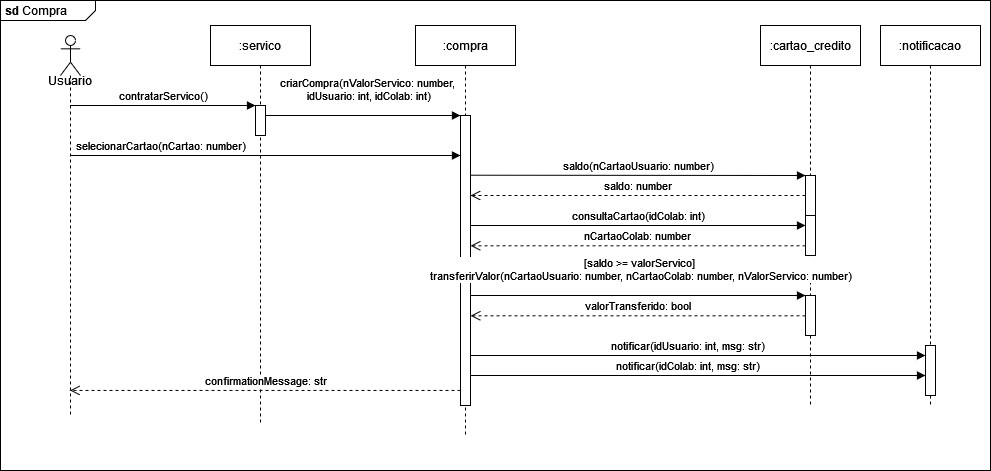
This is assets/diagrama_sequencia_compra.png from JeanArgoud/lancelivre, a draw.io export, as it was before one commit. Source tidied: cells renumbered, new cells last; positions are measured from the earlier drawing's top-left corner, leaving out a move shared by most shapes.
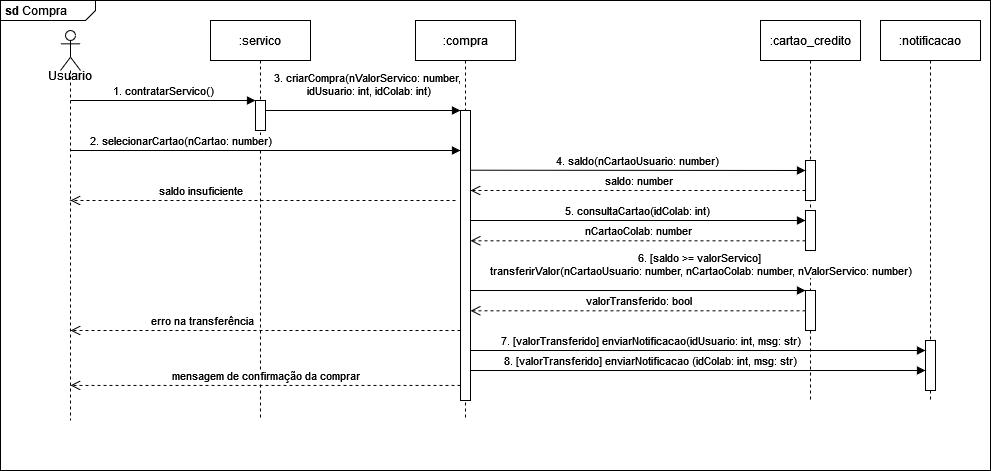
Later version of the same file.

Change to the diagram source:
```diff
@@ -3,7 +3,7 @@
     <mxCell id="0" />
     <mxCell id="1" parent="0" />
     <mxCell id="2" value="&lt;p style=&quot;margin:0px;margin-top:4px;margin-left:5px;text-align:left;&quot;&gt;&lt;b&gt;sd&lt;/b&gt; Compra&lt;br&gt;&lt;/p&gt;" style="html=1;shape=mxgraph.sysml.package;overflow=fill;labelX=95;align=left;spacingLeft=5;verticalAlign=top;spacingTop=-3;" parent="1" vertex="1">
-      <mxGeometry width="990" height="470" as="geometry" />
+      <mxGeometry y="5" width="990" height="470" as="geometry" />
     </mxCell>
     <mxCell id="3" value=":servico" style="shape=umlLifeline;perimeter=lifelinePerimeter;whiteSpace=wrap;html=1;newEdgeStyle={&quot;edgeStyle&quot;:&quot;elbowEdgeStyle&quot;,&quot;elbow&quot;:&quot;vertical&quot;,&quot;curved&quot;:0,&quot;rounded&quot;:0};" parent="1" vertex="1">
       <mxGeometry x="210" y="25" width="100" height="400" as="geometry" />
@@ -11,7 +11,7 @@
     <mxCell id="4" style="html=1;points=[];perimeter=orthogonalPerimeter;outlineConnect=0;targetShapes=umlLifeline;portConstraint=eastwest;newEdgeStyle={&quot;edgeStyle&quot;:&quot;elbowEdgeStyle&quot;,&quot;elbow&quot;:&quot;vertical&quot;,&quot;curved&quot;:0,&quot;rounded&quot;:0};" parent="3" vertex="1">
       <mxGeometry x="45" y="80" width="10" height="30" as="geometry" />
     </mxCell>
-    <mxCell id="5" value="&lt;div&gt;contratarServico()&lt;/div&gt;" style="html=1;verticalAlign=bottom;endArrow=block;edgeStyle=elbowEdgeStyle;elbow=vertical;curved=0;rounded=0;" parent="1" edge="1" source="25" target="4">
+    <mxCell id="5" value="&lt;div&gt;1. contratarServico()&lt;/div&gt;" style="html=1;verticalAlign=bottom;endArrow=block;edgeStyle=elbowEdgeStyle;elbow=vertical;curved=0;rounded=0;" parent="1" edge="1" source="25" target="4">
       <mxGeometry relative="1" as="geometry">
         <Array as="points">
           <mxPoint x="170" y="105" />
@@ -19,12 +19,12 @@
       </mxGeometry>
     </mxCell>
     <mxCell id="6" value="&lt;div&gt;:compra&lt;/div&gt;" style="shape=umlLifeline;perimeter=lifelinePerimeter;whiteSpace=wrap;html=1;newEdgeStyle={&quot;edgeStyle&quot;:&quot;elbowEdgeStyle&quot;,&quot;elbow&quot;:&quot;vertical&quot;,&quot;curved&quot;:0,&quot;rounded&quot;:0};" parent="1" vertex="1">
-      <mxGeometry x="415" y="25" width="100" height="410" as="geometry" />
+      <mxGeometry x="415" y="25" width="100" height="400" as="geometry" />
     </mxCell>
     <mxCell id="7" style="html=1;points=[];perimeter=orthogonalPerimeter;outlineConnect=0;targetShapes=umlLifeline;portConstraint=eastwest;newEdgeStyle={&quot;edgeStyle&quot;:&quot;elbowEdgeStyle&quot;,&quot;elbow&quot;:&quot;vertical&quot;,&quot;curved&quot;:0,&quot;rounded&quot;:0};" parent="6" vertex="1">
       <mxGeometry x="45" y="90" width="10" height="290" as="geometry" />
     </mxCell>
-    <mxCell id="8" value="&lt;div&gt;criarCompra(nValorServico: number,&amp;nbsp;&lt;/div&gt;&lt;div&gt;idUsuario: int, idColab: int)&lt;/div&gt;" style="html=1;verticalAlign=bottom;endArrow=block;edgeStyle=elbowEdgeStyle;elbow=vertical;curved=0;rounded=0;" parent="1" edge="1" source="4" target="7">
+    <mxCell id="8" value="&lt;div&gt;3. criarCompra(nValorServico: number,&amp;nbsp;&lt;/div&gt;&lt;div&gt;idUsuario: int, idColab: int)&lt;/div&gt;" style="html=1;verticalAlign=bottom;endArrow=block;edgeStyle=elbowEdgeStyle;elbow=vertical;curved=0;rounded=0;" parent="1" edge="1" source="4" target="7">
       <mxGeometry x="0.06" y="10" relative="1" as="geometry">
         <Array as="points">
           <mxPoint x="355" y="115" />
@@ -35,12 +35,12 @@
       <mxGeometry x="760" y="25" width="100" height="380" as="geometry" />
     </mxCell>
     <mxCell id="10" style="html=1;points=[];perimeter=orthogonalPerimeter;outlineConnect=0;targetShapes=umlLifeline;portConstraint=eastwest;newEdgeStyle={&quot;edgeStyle&quot;:&quot;elbowEdgeStyle&quot;,&quot;elbow&quot;:&quot;vertical&quot;,&quot;curved&quot;:0,&quot;rounded&quot;:0};" parent="9" vertex="1">
-      <mxGeometry x="45" y="150" width="10" height="40" as="geometry" />
+      <mxGeometry x="45" y="140" width="10" height="40" as="geometry" />
     </mxCell>
     <mxCell id="11" style="html=1;points=[];perimeter=orthogonalPerimeter;outlineConnect=0;targetShapes=umlLifeline;portConstraint=eastwest;newEdgeStyle={&quot;edgeStyle&quot;:&quot;elbowEdgeStyle&quot;,&quot;elbow&quot;:&quot;vertical&quot;,&quot;curved&quot;:0,&quot;rounded&quot;:0};" parent="9" vertex="1">
       <mxGeometry x="45" y="270" width="10" height="40" as="geometry" />
     </mxCell>
-    <mxCell id="12" value="saldo(nCartaoUsuario: number)" style="html=1;verticalAlign=bottom;endArrow=block;edgeStyle=elbowEdgeStyle;elbow=vertical;curved=0;rounded=0;" parent="1" edge="1" target="10">
+    <mxCell id="12" value="4. saldo(nCartaoUsuario: number)" style="html=1;verticalAlign=bottom;endArrow=block;edgeStyle=elbowEdgeStyle;elbow=vertical;curved=0;rounded=0;" parent="1" edge="1" target="10">
       <mxGeometry relative="1" as="geometry">
         <mxPoint x="470" y="174.7" as="sourcePoint" />
         <Array as="points">
@@ -53,8 +53,8 @@
         <mxPoint x="470" y="195" as="targetPoint" />
       </mxGeometry>
     </mxCell>
-    <mxCell id="14" value="&lt;div&gt;[saldo &amp;gt;= valorServico]&amp;nbsp;&lt;/div&gt;&lt;div&gt;transferirValor(nCartaoUsuario: number, nCartaoColab: number, nValorServico: number)&lt;/div&gt;" style="html=1;verticalAlign=bottom;endArrow=block;edgeStyle=elbowEdgeStyle;elbow=vertical;curved=0;rounded=0;" parent="1" edge="1">
-      <mxGeometry x="0.07" y="10" relative="1" as="geometry">
+    <mxCell id="14" value="&lt;div&gt;6. [saldo &amp;gt;= valorServico]&amp;nbsp;&lt;/div&gt;&lt;div&gt;transferirValor(nCartaoUsuario: number, nCartaoColab: number, nValorServico: number)&lt;/div&gt;" style="html=1;verticalAlign=bottom;endArrow=block;edgeStyle=elbowEdgeStyle;elbow=vertical;curved=0;rounded=0;" parent="1" edge="1">
+      <mxGeometry x="0.41" y="10" relative="1" as="geometry">
         <mxPoint x="470" y="275" as="sourcePoint" />
         <mxPoint x="805" y="295" as="targetPoint" />
         <Array as="points">
@@ -63,7 +63,7 @@
         </Array>
       </mxGeometry>
     </mxCell>
-    <mxCell id="15" value="consultaCartao(idColab: int)" style="html=1;verticalAlign=bottom;endArrow=block;edgeStyle=elbowEdgeStyle;elbow=vertical;curved=0;rounded=0;" parent="1" edge="1" target="23">
+    <mxCell id="15" value="5. consultaCartao(idColab: int)" style="html=1;verticalAlign=bottom;endArrow=block;edgeStyle=elbowEdgeStyle;elbow=vertical;curved=0;rounded=0;" parent="1" edge="1" target="23">
       <mxGeometry relative="1" as="geometry">
         <mxPoint x="470" y="225" as="sourcePoint" />
         <Array as="points">
@@ -87,8 +87,8 @@
     <mxCell id="19" style="html=1;points=[];perimeter=orthogonalPerimeter;outlineConnect=0;targetShapes=umlLifeline;portConstraint=eastwest;newEdgeStyle={&quot;edgeStyle&quot;:&quot;elbowEdgeStyle&quot;,&quot;elbow&quot;:&quot;vertical&quot;,&quot;curved&quot;:0,&quot;rounded&quot;:0};" parent="18" vertex="1">
       <mxGeometry x="45" y="320" width="10" height="50" as="geometry" />
     </mxCell>
-    <mxCell id="20" value="&lt;div&gt;notificar(idUsuario: int, msg: str)&lt;br&gt;&lt;/div&gt;" style="html=1;verticalAlign=bottom;endArrow=block;edgeStyle=elbowEdgeStyle;elbow=vertical;curved=0;rounded=0;" parent="1" edge="1" target="19">
-      <mxGeometry relative="1" as="geometry">
+    <mxCell id="20" value="7. [valorTransferido] enviarNotificacao(idUsuario: int, msg: str)" style="html=1;verticalAlign=bottom;endArrow=block;edgeStyle=elbowEdgeStyle;elbow=vertical;curved=0;rounded=0;" parent="1" edge="1" target="19">
+      <mxGeometry x="-0.16" relative="1" as="geometry">
         <mxPoint x="470" y="335" as="sourcePoint" />
         <Array as="points">
           <mxPoint x="690" y="355" />
@@ -96,8 +96,8 @@
         </Array>
       </mxGeometry>
     </mxCell>
-    <mxCell id="21" value="&lt;div&gt;notificar(idColab: int, msg: str)&lt;br&gt;&lt;/div&gt;" style="html=1;verticalAlign=bottom;endArrow=block;edgeStyle=elbowEdgeStyle;elbow=vertical;curved=0;rounded=0;" parent="1" edge="1" target="19">
-      <mxGeometry relative="1" as="geometry">
+    <mxCell id="21" value="8. [valorTransferido] enviarNotificacao (idColab: int, msg: str)" style="html=1;verticalAlign=bottom;endArrow=block;edgeStyle=elbowEdgeStyle;elbow=vertical;curved=0;rounded=0;" parent="1" edge="1" target="19">
+      <mxGeometry x="-0.16" relative="1" as="geometry">
         <mxPoint x="470" y="355" as="sourcePoint" />
         <Array as="points">
           <mxPoint x="690" y="375" />
@@ -113,14 +113,14 @@
     <mxCell id="23" style="html=1;points=[];perimeter=orthogonalPerimeter;outlineConnect=0;targetShapes=umlLifeline;portConstraint=eastwest;newEdgeStyle={&quot;edgeStyle&quot;:&quot;elbowEdgeStyle&quot;,&quot;elbow&quot;:&quot;vertical&quot;,&quot;curved&quot;:0,&quot;rounded&quot;:0};" parent="1" vertex="1">
       <mxGeometry x="805" y="215" width="10" height="40" as="geometry" />
     </mxCell>
-    <mxCell id="24" value="confirmationMessage: str" style="html=1;verticalAlign=bottom;endArrow=open;dashed=1;endSize=8;curved=0;rounded=0;exitX=0;exitY=0.948;exitDx=0;exitDy=0;exitPerimeter=0;" parent="1" edge="1" source="7" target="25">
+    <mxCell id="24" value="mensagem de confirmação da comprar" style="html=1;verticalAlign=bottom;endArrow=open;dashed=1;endSize=8;curved=0;rounded=0;exitX=0;exitY=0.948;exitDx=0;exitDy=0;exitPerimeter=0;" parent="1" edge="1" source="7" target="25">
       <mxGeometry relative="1" as="geometry" />
     </mxCell>
     <mxCell id="25" style="shape=umlLifeline;perimeter=lifelinePerimeter;whiteSpace=wrap;html=1;outlineConnect=0;portConstraint=eastwest;newEdgeStyle={&quot;curved&quot;:0,&quot;rounded&quot;:0};participant=umlActor;size=40;" parent="1" vertex="1">
-      <mxGeometry x="60" y="35" width="20" height="380" as="geometry" />
+      <mxGeometry x="60" y="35" width="20" height="390" as="geometry" />
     </mxCell>
-    <mxCell id="26" value="selecionarCartao(nCartao: number)" style="html=1;verticalAlign=bottom;endArrow=block;edgeStyle=elbowEdgeStyle;elbow=vertical;curved=0;rounded=0;" parent="1" edge="1" target="7">
-      <mxGeometry x="-0.54" relative="1" as="geometry">
+    <mxCell id="26" value="2. selecionarCartao(nCartao: number)" style="html=1;verticalAlign=bottom;endArrow=block;edgeStyle=elbowEdgeStyle;elbow=vertical;curved=0;rounded=0;" parent="1" edge="1" target="7">
+      <mxGeometry x="-0.44" relative="1" as="geometry">
         <mxPoint x="70" y="155" as="sourcePoint" />
         <Array as="points">
           <mxPoint x="170" y="155" />
@@ -130,5 +130,15 @@
     <mxCell id="27" value="Usuario" style="text;strokeColor=none;align=center;fillColor=none;html=1;verticalAlign=middle;whiteSpace=wrap;rounded=0;" parent="1" vertex="1">
       <mxGeometry x="40" y="65" width="60" height="30" as="geometry" />
     </mxCell>
+    <mxCell id="28" value="saldo insuficiente" style="html=1;verticalAlign=bottom;endArrow=open;dashed=1;endSize=8;curved=0;rounded=0;" parent="1" edge="1" target="25">
+      <mxGeometry x="0.32" relative="1" as="geometry">
+        <mxPoint x="455" y="205" as="sourcePoint" />
+      </mxGeometry>
+    </mxCell>
+    <mxCell id="29" value="erro na transferência" style="html=1;verticalAlign=bottom;endArrow=open;dashed=1;endSize=8;curved=0;rounded=0;" parent="1" edge="1" source="7">
+      <mxGeometry x="0.32" relative="1" as="geometry">
+        <mxPoint x="70" y="335" as="targetPoint" />
+      </mxGeometry>
+    </mxCell>
   </root>
 </mxGraphModel>
```
